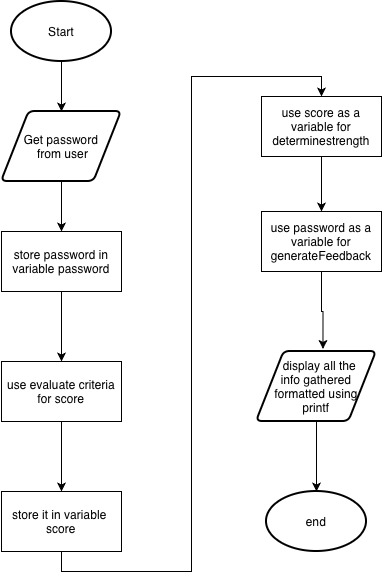
Before: Password Checker App/src/main/java/org/hillcrest/chapter6/password/FLOWCHART.png, a diagram exported from draw.io (HillcrestProgramming2/password-checker-scam4961). Source tidied: cells renumbered, new cells last; positions are measured from the earlier drawing's top-left corner, leaving out a move shared by most shapes.
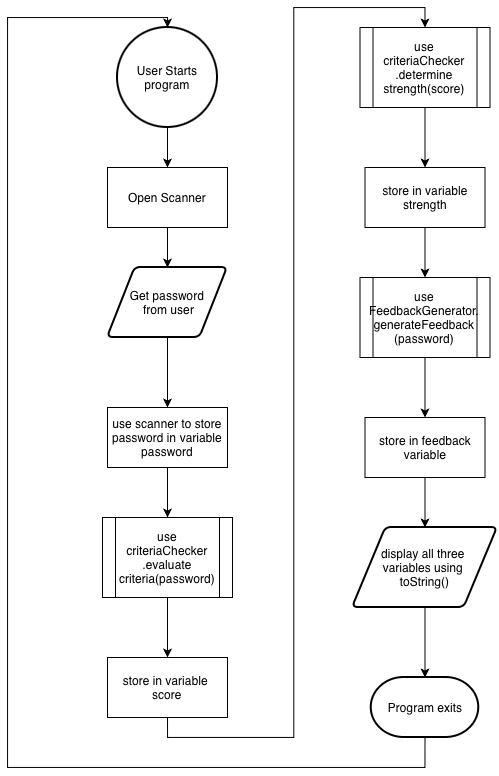
After the change.

What changed in the source:
```diff
@@ -2,56 +2,84 @@
   <root>
     <mxCell id="0" />
     <mxCell id="1" parent="0" />
-    <mxCell id="2" style="edgeStyle=orthogonalEdgeStyle;rounded=0;jettySize=auto;html=1;exitX=0.5;exitY=1;exitDx=0;exitDy=0;exitPerimeter=0;entryX=0.5;entryY=0;entryDx=0;entryDy=0;" parent="1" edge="1" source="3" target="5">
-      <mxGeometry relative="1" as="geometry" />
-    </mxCell>
-    <mxCell id="3" value="Start" style="strokeWidth=2;html=1;shape=mxgraph.flowchart.start_1;whiteSpace=wrap;" parent="1" vertex="1">
-      <mxGeometry x="10" width="100" height="60" as="geometry" />
-    </mxCell>
     <mxCell id="4" style="edgeStyle=orthogonalEdgeStyle;rounded=0;jettySize=auto;html=1;exitX=0.5;exitY=1;exitDx=0;exitDy=0;entryX=0.5;entryY=0;entryDx=0;entryDy=0;" parent="1" edge="1" source="5" target="14">
       <mxGeometry relative="1" as="geometry" />
     </mxCell>
     <mxCell id="5" value="Get password&lt;div&gt;&amp;nbsp;from user&lt;/div&gt;" style="shape=parallelogram;html=1;strokeWidth=2;perimeter=parallelogramPerimeter;whiteSpace=wrap;rounded=1;arcSize=12;size=0.23;" parent="1" vertex="1">
-      <mxGeometry y="110" width="120" height="70" as="geometry" />
+      <mxGeometry y="180" width="120" height="70" as="geometry" />
     </mxCell>
-    <mxCell id="6" style="edgeStyle=orthogonalEdgeStyle;rounded=0;jettySize=auto;html=1;exitX=0.5;exitY=1;exitDx=0;exitDy=0;entryX=0.5;entryY=0;entryDx=0;entryDy=0;" parent="1" edge="1" source="7" target="9">
-      <mxGeometry relative="1" as="geometry" />
-    </mxCell>
-    <mxCell id="7" value="use evaluate criteria&lt;div&gt;for score&lt;/div&gt;" style="rounded=0;whiteSpace=wrap;html=1;" parent="1" vertex="1">
-      <mxGeometry y="360" width="120" height="60" as="geometry" />
-    </mxCell>
-    <mxCell id="8" style="edgeStyle=orthogonalEdgeStyle;rounded=0;jettySize=auto;html=1;exitX=0.5;exitY=1;exitDx=0;exitDy=0;entryX=0.5;entryY=0;entryDx=0;entryDy=0;" parent="1" edge="1" source="9" target="12">
-      <mxGeometry relative="1" as="geometry" />
-    </mxCell>
+    <mxCell id="19" style="edgeStyle=orthogonalEdgeStyle;rounded=0;jettySize=auto;html=1;exitX=0.5;exitY=1;exitDx=0;exitDy=0;entryX=0.5;entryY=0;entryDx=0;entryDy=0;" parent="1" edge="1" source="9" target="34">
+      <mxGeometry relative="1" as="geometry" />
+    </mxCell>
-    <mxCell id="9" value="store it in variable&amp;nbsp;&lt;div&gt;score&lt;/div&gt;" style="rounded=0;whiteSpace=wrap;html=1;" parent="1" vertex="1">
-      <mxGeometry y="490" width="120" height="60" as="geometry" />
+    <mxCell id="9" value="store in variable&amp;nbsp;&lt;div&gt;score&lt;/div&gt;" style="rounded=0;whiteSpace=wrap;html=1;" parent="1" vertex="1">
+      <mxGeometry y="570" width="120" height="60" as="geometry" />
     </mxCell>
-    <mxCell id="10" value="use password as a variable for generateFeedback" style="rounded=0;whiteSpace=wrap;html=1;" parent="1" vertex="1">
-      <mxGeometry x="260" y="210" width="120" height="60" as="geometry" />
-    </mxCell>
-    <mxCell id="11" style="edgeStyle=orthogonalEdgeStyle;rounded=0;jettySize=auto;html=1;exitX=0.5;exitY=1;exitDx=0;exitDy=0;entryX=0.5;entryY=0;entryDx=0;entryDy=0;" parent="1" edge="1" source="12" target="10">
-      <mxGeometry relative="1" as="geometry" />
-    </mxCell>
-    <mxCell id="12" value="use score as a variable for determinestrength" style="rounded=0;whiteSpace=wrap;html=1;" parent="1" vertex="1">
-      <mxGeometry x="260" y="95" width="120" height="60" as="geometry" />
-    </mxCell>
-    <mxCell id="13" style="edgeStyle=orthogonalEdgeStyle;rounded=0;jettySize=auto;html=1;exitX=0.5;exitY=1;exitDx=0;exitDy=0;" parent="1" edge="1" source="14" target="7">
+    <mxCell id="13" style="edgeStyle=orthogonalEdgeStyle;rounded=0;jettySize=auto;html=1;exitX=0.5;exitY=1;exitDx=0;exitDy=0;entryX=0.5;entryY=0;entryDx=0;entryDy=0;" parent="1" edge="1" source="14" target="28">
       <mxGeometry relative="1" as="geometry" />
     </mxCell>
-    <mxCell id="14" value="store password in variable password" style="rounded=0;whiteSpace=wrap;html=1;" parent="1" vertex="1">
-      <mxGeometry y="230" width="120" height="60" as="geometry" />
+    <mxCell id="14" value="use scanner to store password in variable password" style="rounded=0;whiteSpace=wrap;html=1;" parent="1" vertex="1">
+      <mxGeometry y="320" width="120" height="60" as="geometry" />
     </mxCell>
-    <mxCell id="15" value="&amp;nbsp; &amp;nbsp;display all the&amp;nbsp;&lt;div&gt;info gathered&lt;div&gt;&amp;nbsp;formatted using&amp;nbsp;&lt;/div&gt;&lt;div&gt;printf&lt;/div&gt;&lt;/div&gt;" style="shape=parallelogram;html=1;strokeWidth=2;perimeter=parallelogramPerimeter;whiteSpace=wrap;rounded=1;arcSize=12;size=0.23;" parent="1" vertex="1">
-      <mxGeometry x="255" y="350" width="120" height="70" as="geometry" />
+    <mxCell id="15" value="display all three&amp;nbsp;&lt;div&gt;variables using&amp;nbsp;&lt;/div&gt;&lt;div&gt;toString()&lt;/div&gt;" style="shape=parallelogram;html=1;strokeWidth=2;perimeter=parallelogramPerimeter;whiteSpace=wrap;rounded=1;arcSize=12;size=0.23;" parent="1" vertex="1">
+      <mxGeometry x="245" y="440" width="145" height="80" as="geometry" />
     </mxCell>
-    <mxCell id="16" value="end" style="strokeWidth=2;html=1;shape=mxgraph.flowchart.start_1;whiteSpace=wrap;" parent="1" vertex="1">
-      <mxGeometry x="265" y="490" width="100" height="60" as="geometry" />
-    </mxCell>
-    <mxCell id="17" style="edgeStyle=orthogonalEdgeStyle;rounded=0;jettySize=auto;html=1;exitX=0.5;exitY=1;exitDx=0;exitDy=0;entryX=0.554;entryY=-0.037;entryDx=0;entryDy=0;entryPerimeter=0;" parent="1" edge="1" source="10" target="15">
-      <mxGeometry relative="1" as="geometry" />
-    </mxCell>
-    <mxCell id="18" style="edgeStyle=orthogonalEdgeStyle;rounded=0;jettySize=auto;html=1;exitX=0.5;exitY=1;exitDx=0;exitDy=0;entryX=0.5;entryY=0;entryDx=0;entryDy=0;entryPerimeter=0;" parent="1" edge="1" source="15" target="16">
-      <mxGeometry relative="1" as="geometry" />
-    </mxCell>
+    <mxCell id="20" style="edgeStyle=orthogonalEdgeStyle;rounded=0;jettySize=auto;html=1;exitX=0.5;exitY=1;exitDx=0;exitDy=0;entryX=0.5;entryY=0;entryDx=0;entryDy=0;" parent="1" edge="1" source="21" target="5">
+      <mxGeometry relative="1" as="geometry" />
+    </mxCell>
+    <mxCell id="21" value="Open Scanner" style="rounded=0;whiteSpace=wrap;html=1;" parent="1" vertex="1">
+      <mxGeometry y="80" width="120" height="60" as="geometry" />
+    </mxCell>
+    <mxCell id="22" style="edgeStyle=orthogonalEdgeStyle;rounded=0;jettySize=auto;html=1;exitX=0.5;exitY=1;exitDx=0;exitDy=0;exitPerimeter=0;entryX=0.5;entryY=0;entryDx=0;entryDy=0;" parent="1" edge="1" source="23" target="21">
+      <mxGeometry relative="1" as="geometry" />
+    </mxCell>
+    <mxCell id="23" value="User Starts program" style="strokeWidth=2;html=1;shape=mxgraph.flowchart.start_2;whiteSpace=wrap;" parent="1" vertex="1">
+      <mxGeometry x="10" y="-60" width="100" height="100" as="geometry" />
+    </mxCell>
+    <mxCell id="24" style="edgeStyle=orthogonalEdgeStyle;rounded=0;jettySize=auto;html=1;exitX=0.5;exitY=1;exitDx=0;exitDy=0;exitPerimeter=0;entryX=0.5;entryY=0;entryDx=0;entryDy=0;entryPerimeter=0;" parent="1" edge="1" source="25" target="23">
+      <mxGeometry relative="1" as="geometry">
+        <Array as="points">
+          <mxPoint x="317" y="680" />
+          <mxPoint x="-100" y="680" />
+          <mxPoint x="-100" y="-70" />
+          <mxPoint x="60" y="-70" />
+        </Array>
+      </mxGeometry>
+    </mxCell>
+    <mxCell id="25" value="Program exits" style="strokeWidth=2;html=1;shape=mxgraph.flowchart.terminator;whiteSpace=wrap;" parent="1" vertex="1">
+      <mxGeometry x="263.8" y="590" width="107.5" height="60" as="geometry" />
+    </mxCell>
+    <mxCell id="26" style="edgeStyle=orthogonalEdgeStyle;rounded=0;jettySize=auto;html=1;exitX=0.5;exitY=1;exitDx=0;exitDy=0;entryX=0.5;entryY=0;entryDx=0;entryDy=0;entryPerimeter=0;" parent="1" edge="1" source="15" target="25">
+      <mxGeometry relative="1" as="geometry" />
+    </mxCell>
+    <mxCell id="27" style="edgeStyle=orthogonalEdgeStyle;rounded=0;jettySize=auto;html=1;exitX=0.5;exitY=1;exitDx=0;exitDy=0;entryX=0.5;entryY=0;entryDx=0;entryDy=0;" parent="1" edge="1" source="28" target="9">
+      <mxGeometry relative="1" as="geometry" />
+    </mxCell>
+    <mxCell id="28" value="use criteriaChecker&lt;div&gt;.evaluate&lt;div&gt;criteria(password)&lt;/div&gt;&lt;/div&gt;" style="shape=process;whiteSpace=wrap;html=1;backgroundOutline=1;" parent="1" vertex="1">
+      <mxGeometry x="-5" y="430" width="130" height="80" as="geometry" />
+    </mxCell>
+    <mxCell id="29" style="edgeStyle=orthogonalEdgeStyle;rounded=0;jettySize=auto;html=1;exitX=0.5;exitY=1;exitDx=0;exitDy=0;entryX=0.5;entryY=0;entryDx=0;entryDy=0;" parent="1" edge="1" source="30" target="32">
+      <mxGeometry relative="1" as="geometry" />
+    </mxCell>
+    <mxCell id="30" value="use FeedbackGenerator.&lt;div&gt;generateFeedback&lt;/div&gt;&lt;div&gt;(password)&lt;/div&gt;" style="shape=process;whiteSpace=wrap;html=1;backgroundOutline=1;" parent="1" vertex="1">
+      <mxGeometry x="252.5" y="190" width="130" height="80" as="geometry" />
+    </mxCell>
+    <mxCell id="31" style="edgeStyle=orthogonalEdgeStyle;rounded=0;jettySize=auto;html=1;exitX=0.5;exitY=1;exitDx=0;exitDy=0;" parent="1" edge="1" source="32" target="15">
+      <mxGeometry relative="1" as="geometry" />
+    </mxCell>
+    <mxCell id="32" value="store in feedback variable" style="rounded=0;whiteSpace=wrap;html=1;" parent="1" vertex="1">
+      <mxGeometry x="257.5" y="330" width="120" height="60" as="geometry" />
+    </mxCell>
+    <mxCell id="33" style="edgeStyle=orthogonalEdgeStyle;rounded=0;jettySize=auto;html=1;exitX=0.5;exitY=1;exitDx=0;exitDy=0;" parent="1" edge="1" source="34" target="36">
+      <mxGeometry relative="1" as="geometry" />
+    </mxCell>
+    <mxCell id="34" value="use criteriaChecker&lt;div&gt;.determine&lt;div&gt;strength(score)&lt;/div&gt;&lt;/div&gt;" style="shape=process;whiteSpace=wrap;html=1;backgroundOutline=1;" parent="1" vertex="1">
+      <mxGeometry x="252.5" y="-60" width="130" height="80" as="geometry" />
+    </mxCell>
+    <mxCell id="35" style="edgeStyle=orthogonalEdgeStyle;rounded=0;jettySize=auto;html=1;exitX=0.5;exitY=1;exitDx=0;exitDy=0;entryX=0.5;entryY=0;entryDx=0;entryDy=0;" parent="1" edge="1" source="36" target="30">
+      <mxGeometry relative="1" as="geometry" />
+    </mxCell>
+    <mxCell id="36" value="store in variable strength" style="rounded=0;whiteSpace=wrap;html=1;" parent="1" vertex="1">
+      <mxGeometry x="257.5" y="80" width="120" height="60" as="geometry" />
+    </mxCell>
   </root>
 </mxGraphModel>
```
